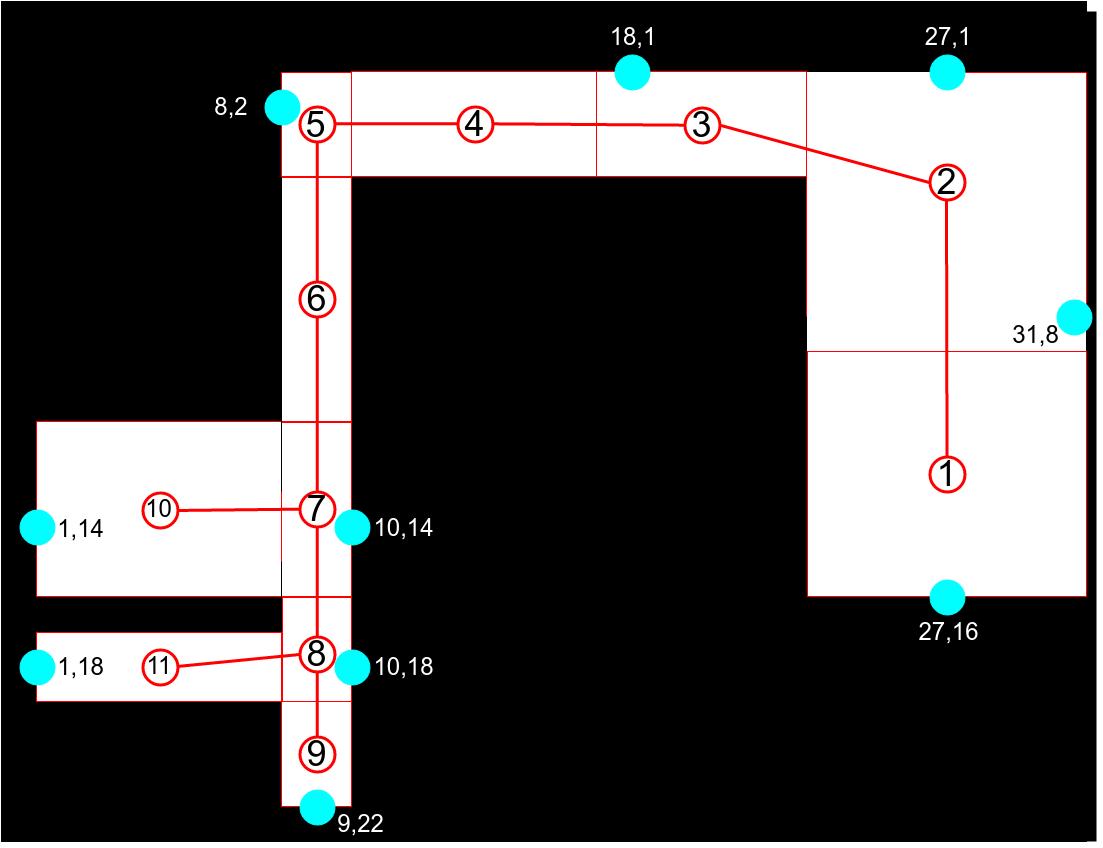
Earlier version of the draw.io export docs/eb2.png (mchill/beacon-bone). Source tidied: cells renumbered, new cells last; positions are measured from the earlier drawing's top-left corner, leaving out a move shared by most shapes.
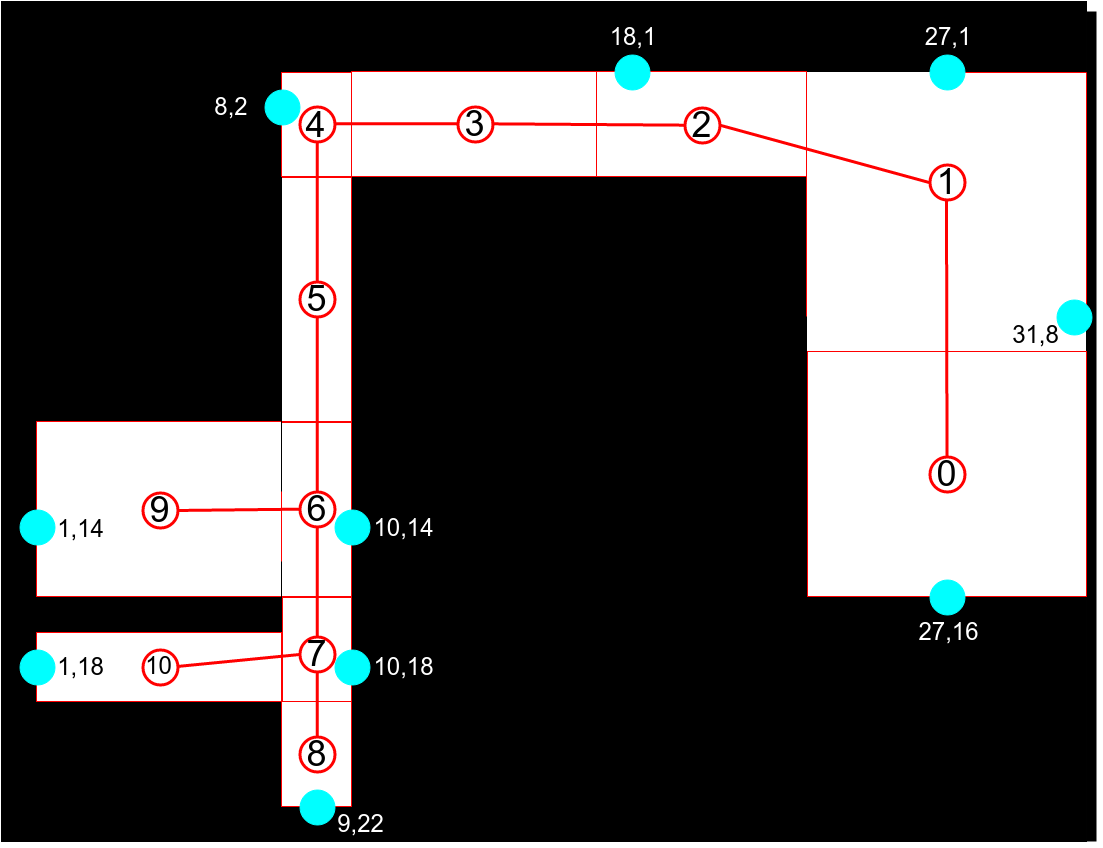
The same diagram one commit later.

Change to the diagram source:
```diff
@@ -89,7 +89,7 @@
     <mxCell id="30" style="whiteSpace=wrap;html=1;strokeColor=#FF0000;strokeWidth=1;fillColor=none;" parent="1" vertex="1">
       <mxGeometry x="35" y="631" width="245" height="69" as="geometry" />
     </mxCell>
-    <mxCell id="31" value="&lt;font style=&quot;font-size: 36px&quot;&gt;1&lt;/font&gt;" style="ellipse;whiteSpace=wrap;html=1;strokeColor=#FF0000;strokeWidth=3;fillColor=none;perimeterSpacing=0;" parent="1" vertex="1">
+    <mxCell id="31" value="&lt;font style=&quot;font-size: 36px&quot;&gt;0&lt;/font&gt;" style="ellipse;whiteSpace=wrap;html=1;strokeColor=#FF0000;strokeWidth=3;fillColor=none;perimeterSpacing=0;" parent="1" vertex="1">
       <mxGeometry x="928" y="455" width="35" height="35" as="geometry" />
     </mxCell>
     <mxCell id="32" style="ellipse;whiteSpace=wrap;html=1;strokeColor=#00FFFF;strokeWidth=1;fillColor=#00FFFF;perimeterSpacing=0;" parent="1" vertex="1">
@@ -107,34 +107,34 @@
     <mxCell id="36" style="ellipse;whiteSpace=wrap;html=1;strokeColor=#00FFFF;strokeWidth=1;fillColor=#00FFFF;perimeterSpacing=0;" parent="1" vertex="1">
       <mxGeometry x="333" y="508" width="35" height="35" as="geometry" />
     </mxCell>
-    <mxCell id="37" value="&lt;font style=&quot;font-size: 36px&quot;&gt;2&lt;/font&gt;" style="ellipse;whiteSpace=wrap;html=1;strokeColor=#FF0000;strokeWidth=3;fillColor=none;perimeterSpacing=0;" parent="1" vertex="1">
+    <mxCell id="37" value="&lt;font style=&quot;font-size: 36px&quot;&gt;1&lt;/font&gt;" style="ellipse;whiteSpace=wrap;html=1;strokeColor=#FF0000;strokeWidth=3;fillColor=none;perimeterSpacing=0;" parent="1" vertex="1">
       <mxGeometry x="928" y="163" width="35" height="35" as="geometry" />
     </mxCell>
-    <mxCell id="38" value="&lt;font style=&quot;font-size: 36px&quot;&gt;4&lt;/font&gt;" style="ellipse;whiteSpace=wrap;html=1;strokeColor=#FF0000;strokeWidth=3;fillColor=none;perimeterSpacing=0;" parent="1" vertex="1">
+    <mxCell id="38" value="&lt;font style=&quot;font-size: 36px&quot;&gt;3&lt;/font&gt;" style="ellipse;whiteSpace=wrap;html=1;strokeColor=#FF0000;strokeWidth=3;fillColor=none;perimeterSpacing=0;" parent="1" vertex="1">
       <mxGeometry x="456" y="105" width="35" height="35" as="geometry" />
     </mxCell>
-    <mxCell id="39" value="&lt;font style=&quot;font-size: 24px&quot;&gt;10&lt;/font&gt;" style="ellipse;whiteSpace=wrap;html=1;strokeColor=#FF0000;strokeWidth=3;fillColor=none;perimeterSpacing=0;" parent="1" vertex="1">
+    <mxCell id="39" value="&lt;font style=&quot;font-size: 36px&quot;&gt;9&lt;/font&gt;" style="ellipse;whiteSpace=wrap;html=1;strokeColor=#FF0000;strokeWidth=3;fillColor=none;perimeterSpacing=0;" parent="1" vertex="1">
       <mxGeometry x="141" y="491" width="35" height="35" as="geometry" />
     </mxCell>
-    <mxCell id="40" value="&lt;font style=&quot;font-size: 36px&quot;&gt;7&lt;/font&gt;" style="ellipse;whiteSpace=wrap;html=1;strokeColor=#FF0000;strokeWidth=3;fillColor=none;perimeterSpacing=0;" parent="1" vertex="1">
+    <mxCell id="40" value="&lt;font style=&quot;font-size: 36px&quot;&gt;6&lt;/font&gt;" style="ellipse;whiteSpace=wrap;html=1;strokeColor=#FF0000;strokeWidth=3;fillColor=none;perimeterSpacing=0;" parent="1" vertex="1">
       <mxGeometry x="298" y="490" width="35" height="35" as="geometry" />
     </mxCell>
-    <mxCell id="41" value="&lt;font style=&quot;font-size: 24px&quot;&gt;11&lt;/font&gt;" style="ellipse;whiteSpace=wrap;html=1;strokeColor=#FF0000;strokeWidth=3;fillColor=none;perimeterSpacing=0;" parent="1" vertex="1">
+    <mxCell id="41" value="&lt;font style=&quot;font-size: 24px&quot;&gt;10&lt;/font&gt;" style="ellipse;whiteSpace=wrap;html=1;strokeColor=#FF0000;strokeWidth=3;fillColor=none;perimeterSpacing=0;" parent="1" vertex="1">
       <mxGeometry x="141" y="648" width="35" height="35" as="geometry" />
     </mxCell>
-    <mxCell id="42" value="&lt;font style=&quot;font-size: 36px&quot;&gt;9&lt;/font&gt;" style="ellipse;whiteSpace=wrap;html=1;strokeColor=#FF0000;strokeWidth=3;fillColor=none;perimeterSpacing=0;" parent="1" vertex="1">
+    <mxCell id="42" value="&lt;font style=&quot;font-size: 36px&quot;&gt;8&lt;/font&gt;" style="ellipse;whiteSpace=wrap;html=1;strokeColor=#FF0000;strokeWidth=3;fillColor=none;perimeterSpacing=0;" parent="1" vertex="1">
       <mxGeometry x="298" y="735" width="35" height="35" as="geometry" />
     </mxCell>
     <mxCell id="43" style="whiteSpace=wrap;html=1;strokeColor=#FF0000;strokeWidth=1;fillColor=none;" parent="1" vertex="1">
       <mxGeometry x="281" y="595" width="69" height="105" as="geometry" />
     </mxCell>
-    <mxCell id="44" value="&lt;font style=&quot;font-size: 36px&quot;&gt;8&lt;/font&gt;" style="ellipse;whiteSpace=wrap;html=1;strokeColor=#FF0000;strokeWidth=3;fillColor=none;perimeterSpacing=0;" parent="1" vertex="1">
+    <mxCell id="44" value="&lt;font style=&quot;font-size: 36px&quot;&gt;7&lt;/font&gt;" style="ellipse;whiteSpace=wrap;html=1;strokeColor=#FF0000;strokeWidth=3;fillColor=none;perimeterSpacing=0;" parent="1" vertex="1">
       <mxGeometry x="298" y="635" width="35" height="35" as="geometry" />
     </mxCell>
     <mxCell id="45" style="whiteSpace=wrap;html=1;strokeColor=#FF0000;strokeWidth=1;fillColor=none;" parent="1" vertex="1">
       <mxGeometry x="280" y="176" width="70" height="244" as="geometry" />
     </mxCell>
-    <mxCell id="46" value="&lt;font style=&quot;font-size: 36px&quot;&gt;6&lt;/font&gt;" style="ellipse;whiteSpace=wrap;html=1;strokeColor=#FF0000;strokeWidth=3;fillColor=none;perimeterSpacing=0;" parent="1" vertex="1">
+    <mxCell id="46" value="&lt;font style=&quot;font-size: 36px&quot;&gt;5&lt;/font&gt;" style="ellipse;whiteSpace=wrap;html=1;strokeColor=#FF0000;strokeWidth=3;fillColor=none;perimeterSpacing=0;" parent="1" vertex="1">
       <mxGeometry x="298" y="280" width="35" height="35" as="geometry" />
     </mxCell>
     <mxCell id="47" style="line;direction=south;html=1;strokeWidth=1;strokeColor=#000000;" parent="1" vertex="1">
@@ -167,7 +167,7 @@
     <mxCell id="56" style="endArrow=none;html=1;entryX=0.5;entryY=1;strokeColor=#FF0000;strokeWidth=3;exitX=0.5;exitY=0;" parent="1" edge="1" source="40" target="46">
       <mxGeometry x="1085" y="402.7" as="geometry" />
     </mxCell>
-    <mxCell id="57" value="&lt;font style=&quot;font-size: 36px&quot;&gt;5&lt;/font&gt;" style="whiteSpace=wrap;html=1;strokeColor=#FF0000;strokeWidth=1;fillColor=none;" parent="1" vertex="1">
+    <mxCell id="57" value="&lt;font style=&quot;font-size: 36px&quot;&gt;4&lt;/font&gt;" style="whiteSpace=wrap;html=1;strokeColor=#FF0000;strokeWidth=1;fillColor=none;" parent="1" vertex="1">
       <mxGeometry x="280" y="71" width="70" height="104" as="geometry" />
     </mxCell>
     <mxCell id="58" style="ellipse;whiteSpace=wrap;html=1;strokeColor=#00FFFF;strokeWidth=1;fillColor=#00FFFF;perimeterSpacing=0;" parent="1" vertex="1">
@@ -185,7 +185,7 @@
     <mxCell id="62" style="whiteSpace=wrap;html=1;strokeColor=#FF0000;strokeWidth=1;fillColor=none;" parent="1" vertex="1">
       <mxGeometry x="595" y="70" width="210" height="105" as="geometry" />
     </mxCell>
-    <mxCell id="63" value="&lt;font style=&quot;font-size: 36px&quot;&gt;3&lt;/font&gt;" style="ellipse;whiteSpace=wrap;html=1;strokeColor=#FF0000;strokeWidth=3;fillColor=none;perimeterSpacing=0;" parent="1" vertex="1">
+    <mxCell id="63" value="&lt;font style=&quot;font-size: 36px&quot;&gt;2&lt;/font&gt;" style="ellipse;whiteSpace=wrap;html=1;strokeColor=#FF0000;strokeWidth=3;fillColor=none;perimeterSpacing=0;" parent="1" vertex="1">
       <mxGeometry x="683" y="106" width="35" height="35" as="geometry" />
     </mxCell>
     <mxCell id="64" style="line;direction=south;html=1;strokeColor=#FF0000;strokeWidth=1;fillColor=#FF0000;" parent="1" vertex="1">
```
